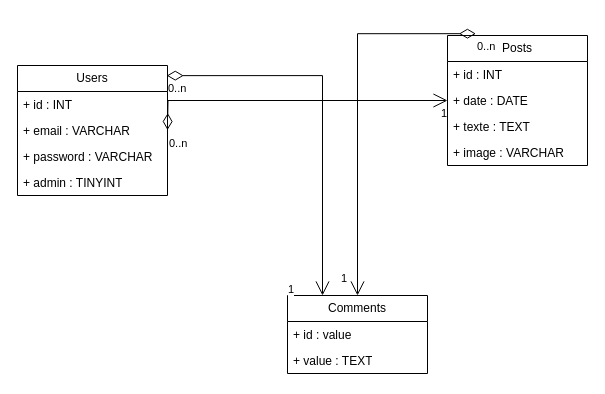
The draw.io diagram documentation/Dossier Projet/graph.drawio in GloireDianzenza/ProjetFinal, before the edit. Source tidied: cells renumbered, new cells numbered last; positions are measured from the earlier drawing's top-left corner, leaving out a move shared by most shapes. Both pictures are drawn from the tidied source at 100%, with x=0, y=0 at pixel (17, 35).
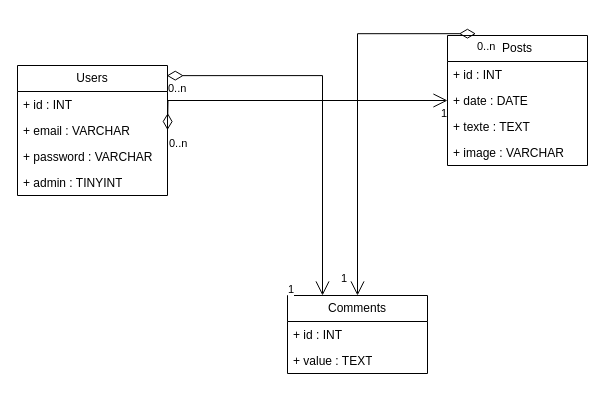
After the change.

Unchanged cells that the change refers to:
```xml
<mxCell id="12" value="Comments" style="swimlane;fontStyle=0;horizontal=1;startSize=26;fillColor=none;whiteSpace=wrap;html=1;" parent="1" vertex="1">
  <mxGeometry x="270" y="260" width="140" height="78" as="geometry" />
</mxCell>
```

Diff of the diagram source:
```diff
@@
-    <mxCell id="13" value="+ id : value" style="text;strokeColor=none;fillColor=none;align=left;verticalAlign=top;spacingLeft=4;spacingRight=4;overflow=hidden;whiteSpace=wrap;html=1;" parent="12" vertex="1">
+    <mxCell id="13" value="+ id : INT" style="text;strokeColor=none;fillColor=none;align=left;verticalAlign=top;spacingLeft=4;spacingRight=4;overflow=hidden;whiteSpace=wrap;html=1;" parent="12" vertex="1">
       <mxGeometry y="26" width="140" height="26" as="geometry" />
     </mxCell>
```
